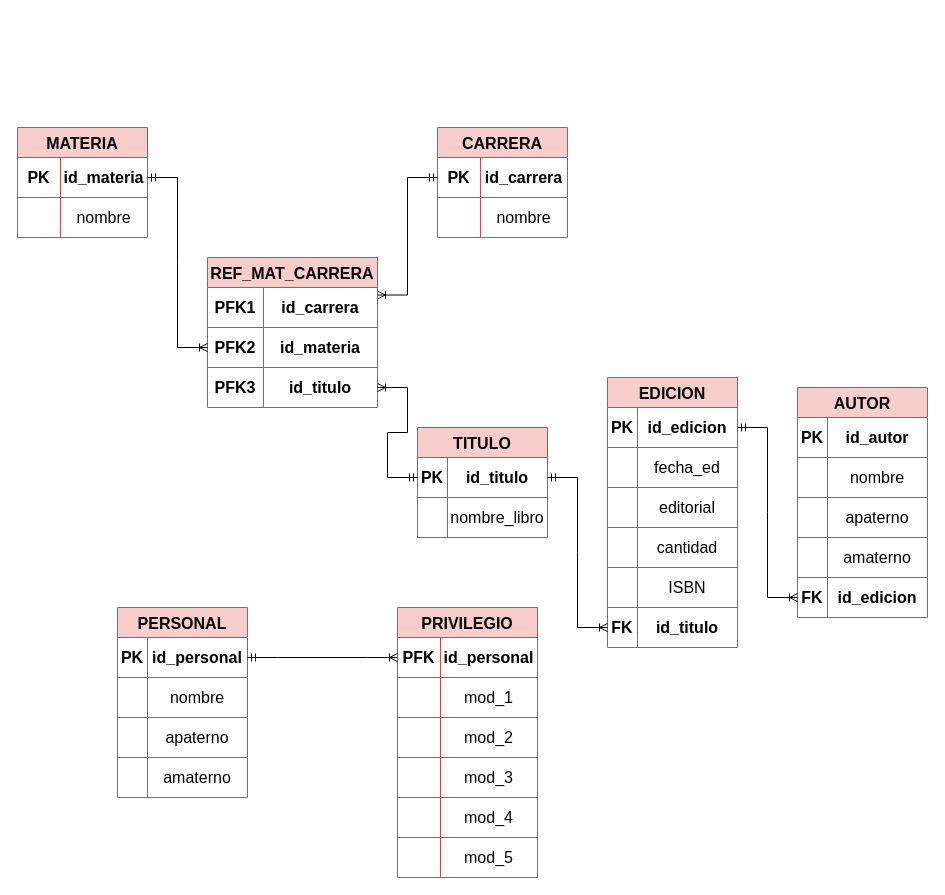
This is Modelo Logico Proyecto TBD.drawio from misiomishi/itcj, a draw.io file, before an edit. Source tidied: cells renumbered, new cells numbered last; positions are measured from the earlier drawing's top-left corner, leaving out a move shared by most shapes. Both pictures are drawn from the tidied source at 100%, with x=0, y=0 at pixel (17, 127).
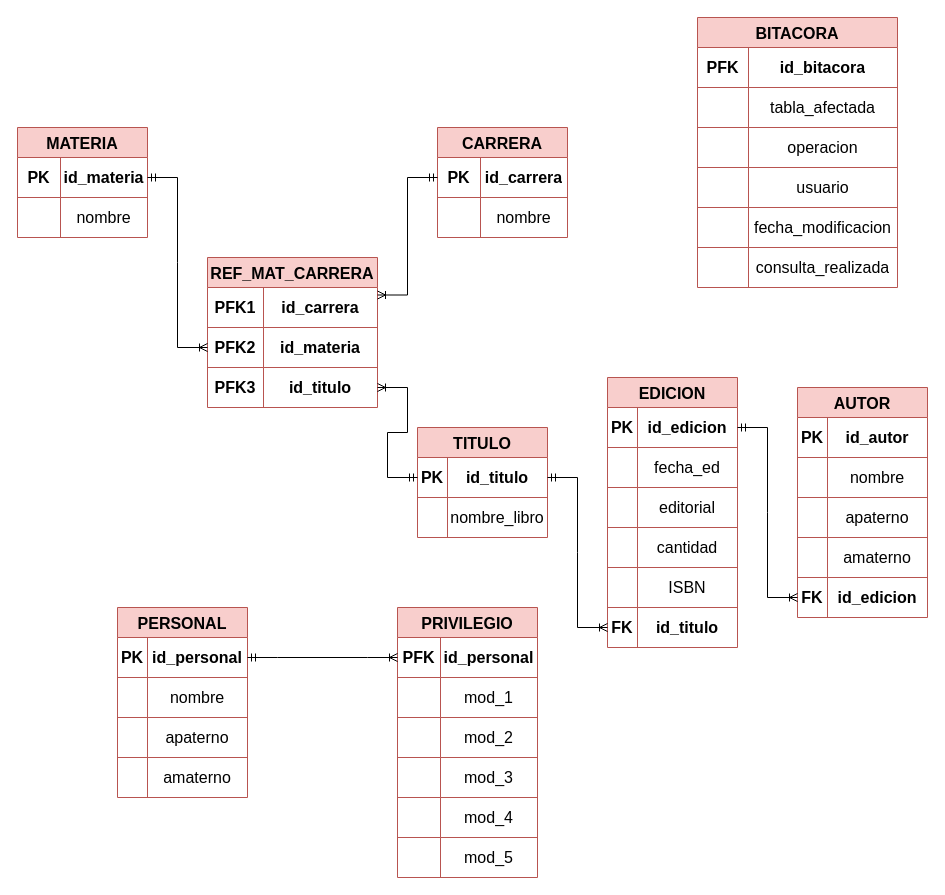
Above is the later version.

Diff of the diagram source:
```diff
@@
+    <mxCell id="106" value="BITACORA" style="shape=table;startSize=30;childLayout=tableLayout;strokeColor=#b85450;fontSize=16;fillColor=#f8cecc;fontStyle=1;" parent="1" vertex="1">
+      <mxGeometry x="680" y="-110" width="200" height="270" as="geometry" />
+    </mxCell>
+    <mxCell id="107" style="shape=tableRow;horizontal=0;startSize=0;swimlaneHead=0;swimlaneBody=0;strokeColor=inherit;top=0;left=0;bottom=0;right=0;fillColor=none;fontSize=16;" parent="106" vertex="1">
+      <mxGeometry y="30" width="200" height="40" as="geometry" />
+    </mxCell>
+    <mxCell id="108" value="PFK" style="shape=partialRectangle;html=1;whiteSpace=wrap;strokeColor=inherit;overflow=hidden;fillColor=none;top=0;left=0;bottom=0;right=0;fontSize=16;fontStyle=1;" parent="107" vertex="1">
+      <mxGeometry width="51" height="40" as="geometry" />
+    </mxCell>
+    <mxCell id="109" value="id_bitacora" style="shape=partialRectangle;html=1;whiteSpace=wrap;strokeColor=inherit;overflow=hidden;fillColor=none;top=0;left=0;bottom=0;right=0;fontSize=16;fontStyle=1;" parent="107" vertex="1">
+      <mxGeometry x="51" width="149" height="40" as="geometry" />
+    </mxCell>
+    <mxCell id="110" style="shape=tableRow;horizontal=0;startSize=0;swimlaneHead=0;swimlaneBody=0;strokeColor=inherit;top=0;left=0;bottom=0;right=0;fillColor=none;fontSize=16;" parent="106" vertex="1">
+      <mxGeometry y="70" width="200" height="40" as="geometry" />
+    </mxCell>
+    <mxCell id="111" style="shape=partialRectangle;html=1;whiteSpace=wrap;strokeColor=inherit;overflow=hidden;fillColor=none;top=0;left=0;bottom=0;right=0;fontSize=16;" parent="110" vertex="1">
+      <mxGeometry width="51" height="40" as="geometry" />
+    </mxCell>
+    <mxCell id="112" value="tabla_afectada" style="shape=partialRectangle;html=1;whiteSpace=wrap;strokeColor=inherit;overflow=hidden;fillColor=none;top=0;left=0;bottom=0;right=0;fontSize=16;" parent="110" vertex="1">
+      <mxGeometry x="51" width="149" height="40" as="geometry" />
+    </mxCell>
+    <mxCell id="113" style="shape=tableRow;horizontal=0;startSize=0;swimlaneHead=0;swimlaneBody=0;strokeColor=inherit;top=0;left=0;bottom=0;right=0;fillColor=none;fontSize=16;" parent="106" vertex="1">
+      <mxGeometry y="110" width="200" height="40" as="geometry" />
+    </mxCell>
+    <mxCell id="114" style="shape=partialRectangle;html=1;whiteSpace=wrap;strokeColor=inherit;overflow=hidden;fillColor=none;top=0;left=0;bottom=0;right=0;fontSize=16;" parent="113" vertex="1">
+      <mxGeometry width="51" height="40" as="geometry" />
+    </mxCell>
+    <mxCell id="115" value="operacion" style="shape=partialRectangle;html=1;whiteSpace=wrap;strokeColor=inherit;overflow=hidden;fillColor=none;top=0;left=0;bottom=0;right=0;fontSize=16;" parent="113" vertex="1">
+      <mxGeometry x="51" width="149" height="40" as="geometry" />
+    </mxCell>
+    <mxCell id="116" style="shape=tableRow;horizontal=0;startSize=0;swimlaneHead=0;swimlaneBody=0;strokeColor=inherit;top=0;left=0;bottom=0;right=0;fillColor=none;fontSize=16;" parent="106" vertex="1">
+      <mxGeometry y="150" width="200" height="40" as="geometry" />
+    </mxCell>
+    <mxCell id="117" style="shape=partialRectangle;html=1;whiteSpace=wrap;strokeColor=inherit;overflow=hidden;fillColor=none;top=0;left=0;bottom=0;right=0;fontSize=16;" parent="116" vertex="1">
+      <mxGeometry width="51" height="40" as="geometry" />
+    </mxCell>
+    <mxCell id="118" value="usuario" style="shape=partialRectangle;html=1;whiteSpace=wrap;strokeColor=inherit;overflow=hidden;fillColor=none;top=0;left=0;bottom=0;right=0;fontSize=16;" parent="116" vertex="1">
+      <mxGeometry x="51" width="149" height="40" as="geometry" />
+    </mxCell>
+    <mxCell id="119" style="shape=tableRow;horizontal=0;startSize=0;swimlaneHead=0;swimlaneBody=0;strokeColor=inherit;top=0;left=0;bottom=0;right=0;fillColor=none;fontSize=16;" parent="106" vertex="1">
+      <mxGeometry y="190" width="200" height="40" as="geometry" />
+    </mxCell>
+    <mxCell id="120" style="shape=partialRectangle;html=1;whiteSpace=wrap;strokeColor=inherit;overflow=hidden;fillColor=none;top=0;left=0;bottom=0;right=0;fontSize=16;" parent="119" vertex="1">
+      <mxGeometry width="51" height="40" as="geometry" />
+    </mxCell>
+    <mxCell id="121" value="fecha_modificacion" style="shape=partialRectangle;html=1;whiteSpace=wrap;strokeColor=inherit;overflow=hidden;fillColor=none;top=0;left=0;bottom=0;right=0;fontSize=16;" parent="119" vertex="1">
+      <mxGeometry x="51" width="149" height="40" as="geometry" />
+    </mxCell>
+    <mxCell id="122" style="shape=tableRow;horizontal=0;startSize=0;swimlaneHead=0;swimlaneBody=0;strokeColor=inherit;top=0;left=0;bottom=0;right=0;fillColor=none;fontSize=16;" parent="106" vertex="1">
+      <mxGeometry y="230" width="200" height="40" as="geometry" />
+    </mxCell>
+    <mxCell id="123" style="shape=partialRectangle;html=1;whiteSpace=wrap;strokeColor=inherit;overflow=hidden;fillColor=none;top=0;left=0;bottom=0;right=0;fontSize=16;" parent="122" vertex="1">
+      <mxGeometry width="51" height="40" as="geometry" />
+    </mxCell>
+    <mxCell id="124" value="consulta_realizada" style="shape=partialRectangle;html=1;whiteSpace=wrap;strokeColor=inherit;overflow=hidden;fillColor=none;top=0;left=0;bottom=0;right=0;fontSize=16;" parent="122" vertex="1">
+      <mxGeometry x="51" width="149" height="40" as="geometry" />
+    </mxCell>
```
